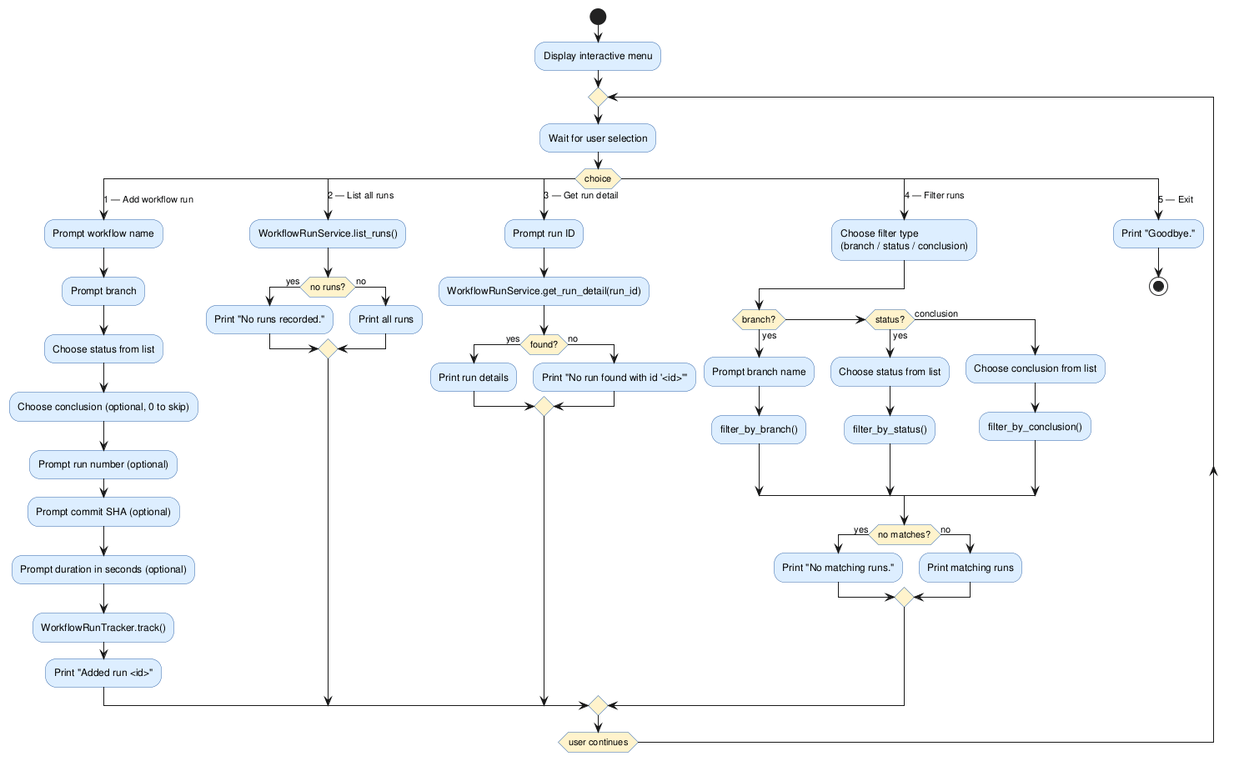
This is experiments/pipeline/structured_text/github-workflow-manager/artifacts/activity_diagram_interactive.png from DanielRiha8906/Software_autoevolution_using_agents, a PlantUML export, as it was before one commit.
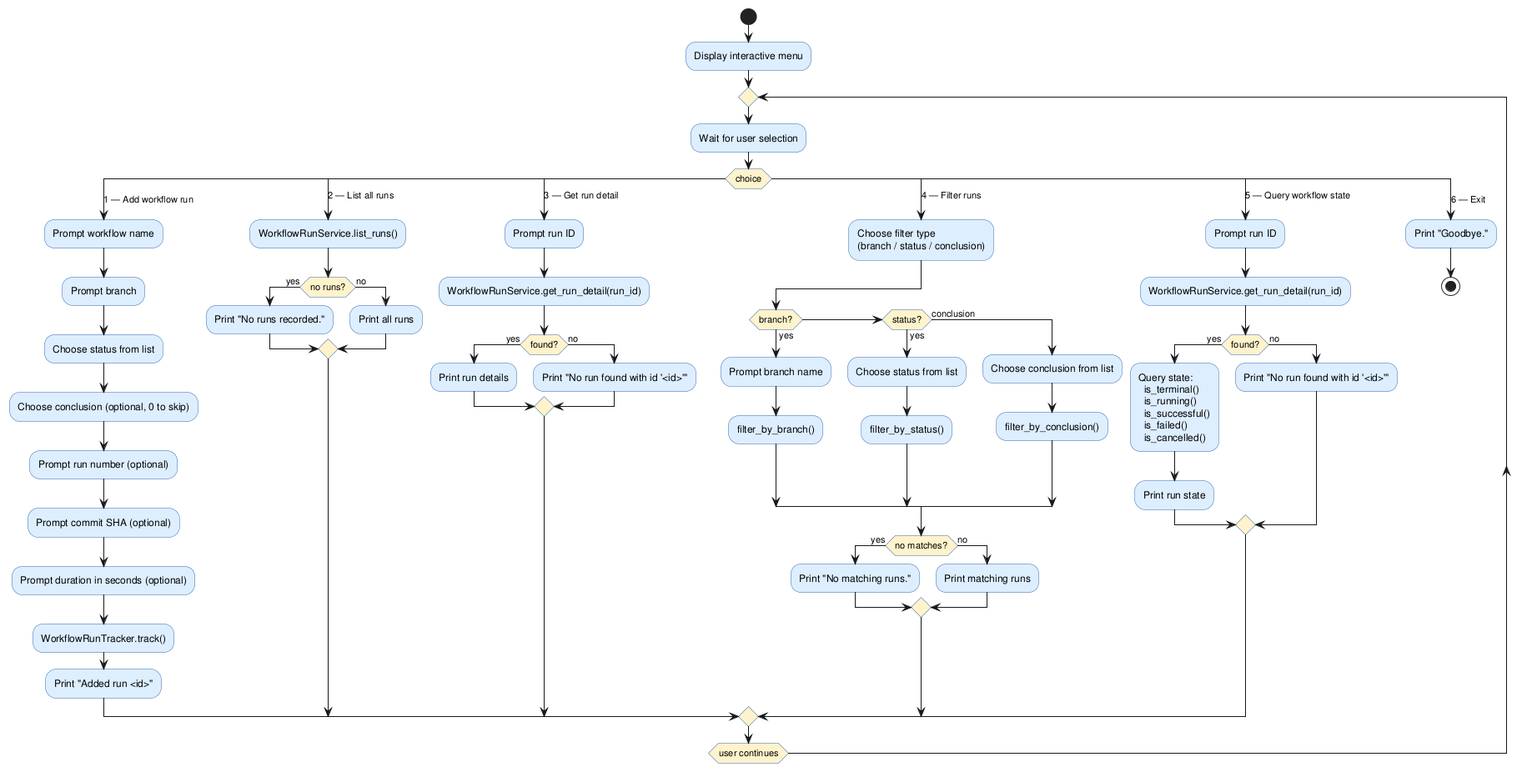
The same diagram one commit later.

Diff of the diagram source:
```diff
@@ -60,7 +60,17 @@
         :Print matching runs;
       endif
 
-    case (5 — Exit)
+    case (5 — Query workflow state)
+      :Prompt run ID;
+      :WorkflowRunService.get_run_detail(run_id);
+      if (found?) then (yes)
+        :Query state:\n  is_terminal()\n  is_running()\n  is_successful()\n  is_failed()\n  is_cancelled();
+        :Print run state;
+      else (no)
+        :Print "No run found with id '<id>'";
+      endif
+
+    case (6 — Exit)
       :Print "Goodbye.";
       stop
 
```
